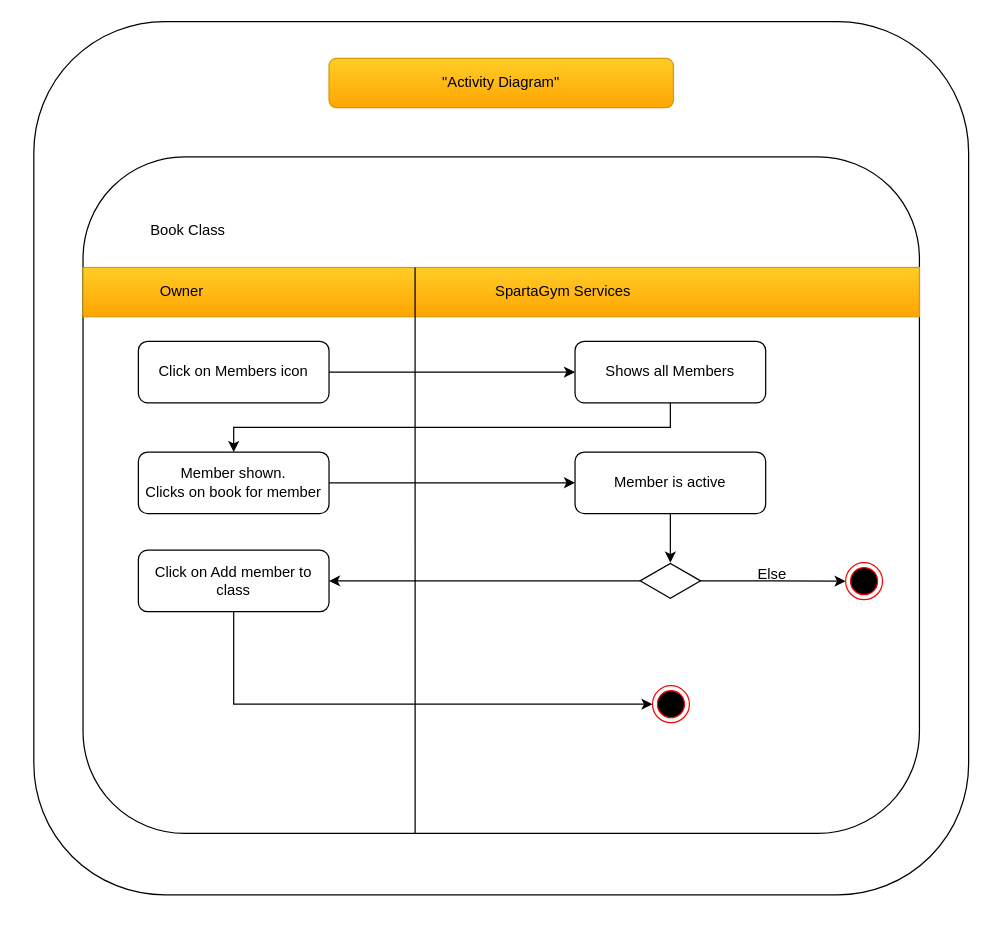
Earlier version of the draw.io diagram documentation/activity_diagram/Activity Diagram.drawio (noura1993/SpartaGym). Source tidied: cells renumbered, new cells numbered last; positions are measured from the earlier drawing's top-left corner, leaving out a move shared by most shapes. Both pictures are drawn from the tidied source at 123%, with x=0, y=0 at pixel (33, 21).
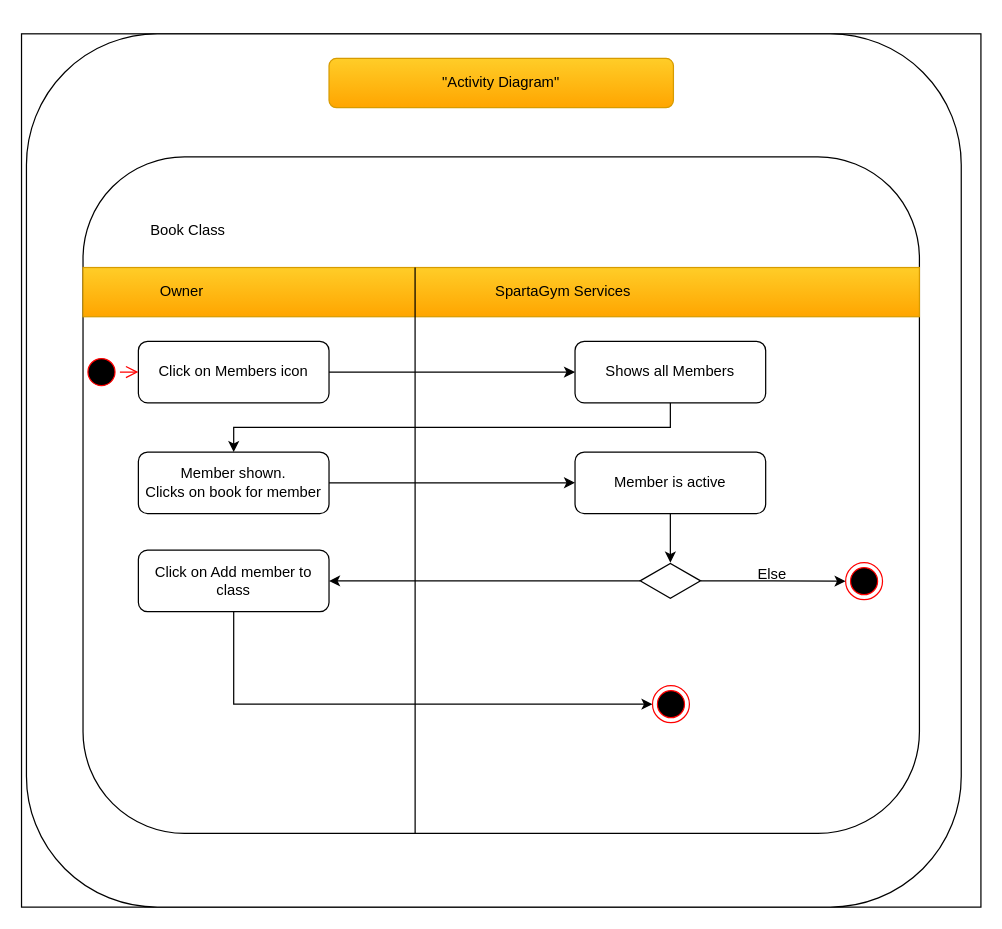
The same page after the edit.

Unchanged cells that the change refers to:
```xml
<mxCell id="11" value="Click on Members&amp;nbsp;icon" style="rounded=1;whiteSpace=wrap;html=1;" parent="1" vertex="1">
  <mxGeometry x="85" y="260" width="155" height="50" as="geometry" />
</mxCell>
```

Change to the diagram source:
```diff
@@
+    <mxCell id="26" style="rounded=0;whiteSpace=wrap;html=1;" parent="1" vertex="1">
+      <mxGeometry x="-10" y="10" width="780" height="710" as="geometry" />
+    </mxCell>
     <mxCell id="2" style="rounded=1;whiteSpace=wrap;html=1;" parent="1" vertex="1">
-      <mxGeometry width="760" height="710" as="geometry" />
+      <mxGeometry x="-6" y="10" width="760" height="710" as="geometry" />
     </mxCell>
@@
+    <mxCell id="27" style="ellipse;html=1;shape=startState;fillColor=#000000;strokeColor=#ff0000;" parent="1" vertex="1">
+      <mxGeometry x="40" y="270" width="30" height="30" as="geometry" />
+    </mxCell>
+    <mxCell id="28" style="edgeStyle=orthogonalEdgeStyle;html=1;verticalAlign=bottom;endArrow=open;endSize=8;strokeColor=#ff0000;entryX=0;entryY=0.5;entryDx=0;entryDy=0;" parent="1" edge="1" source="27" target="11">
+      <mxGeometry relative="1" as="geometry" />
+    </mxCell>
```
